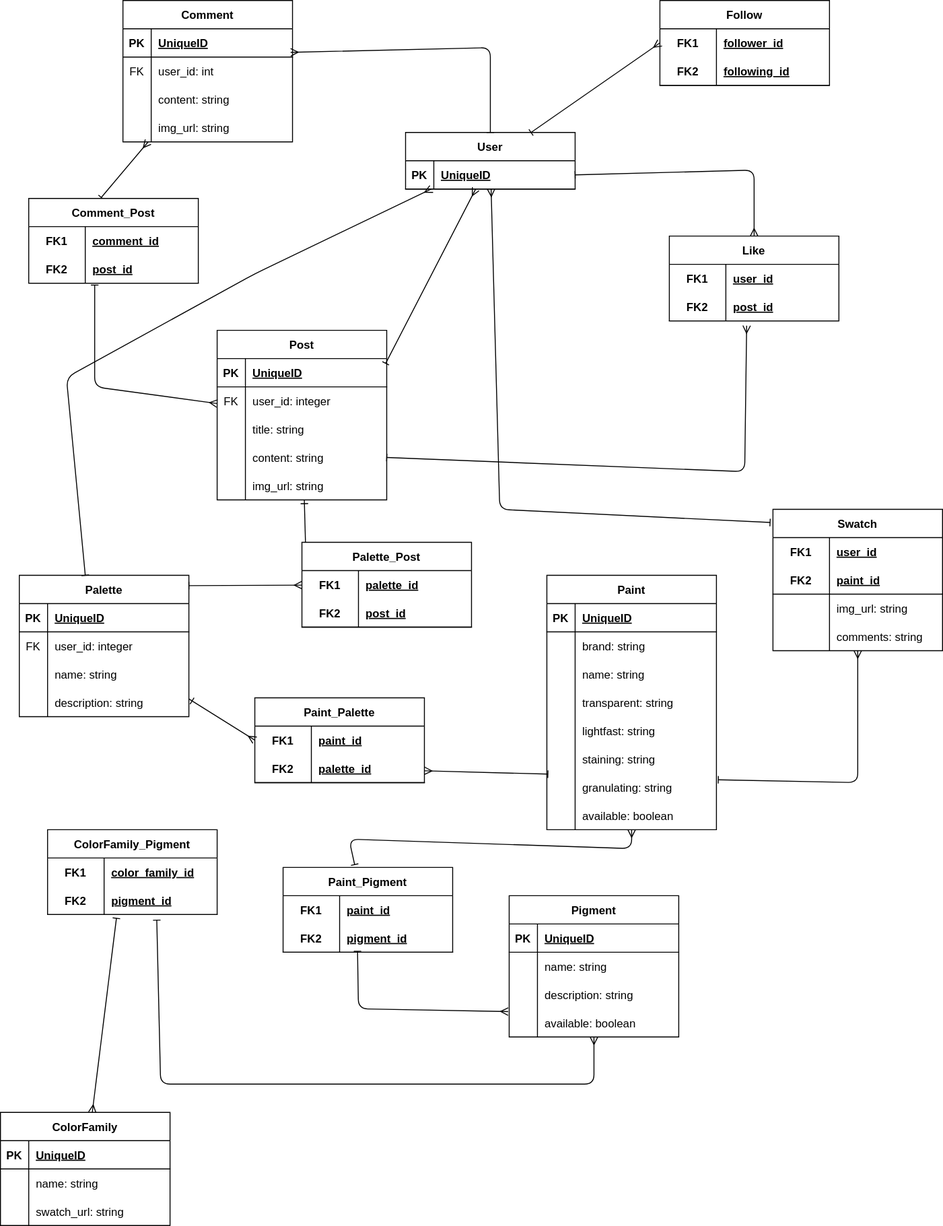
The draw.io diagram pigments.drawio.svg in LeelooMina/pigment-api, before a commit. Source tidied: cells renumbered, new cells last; positions are measured from the earlier drawing's top-left corner, leaving out a move shared by most shapes.
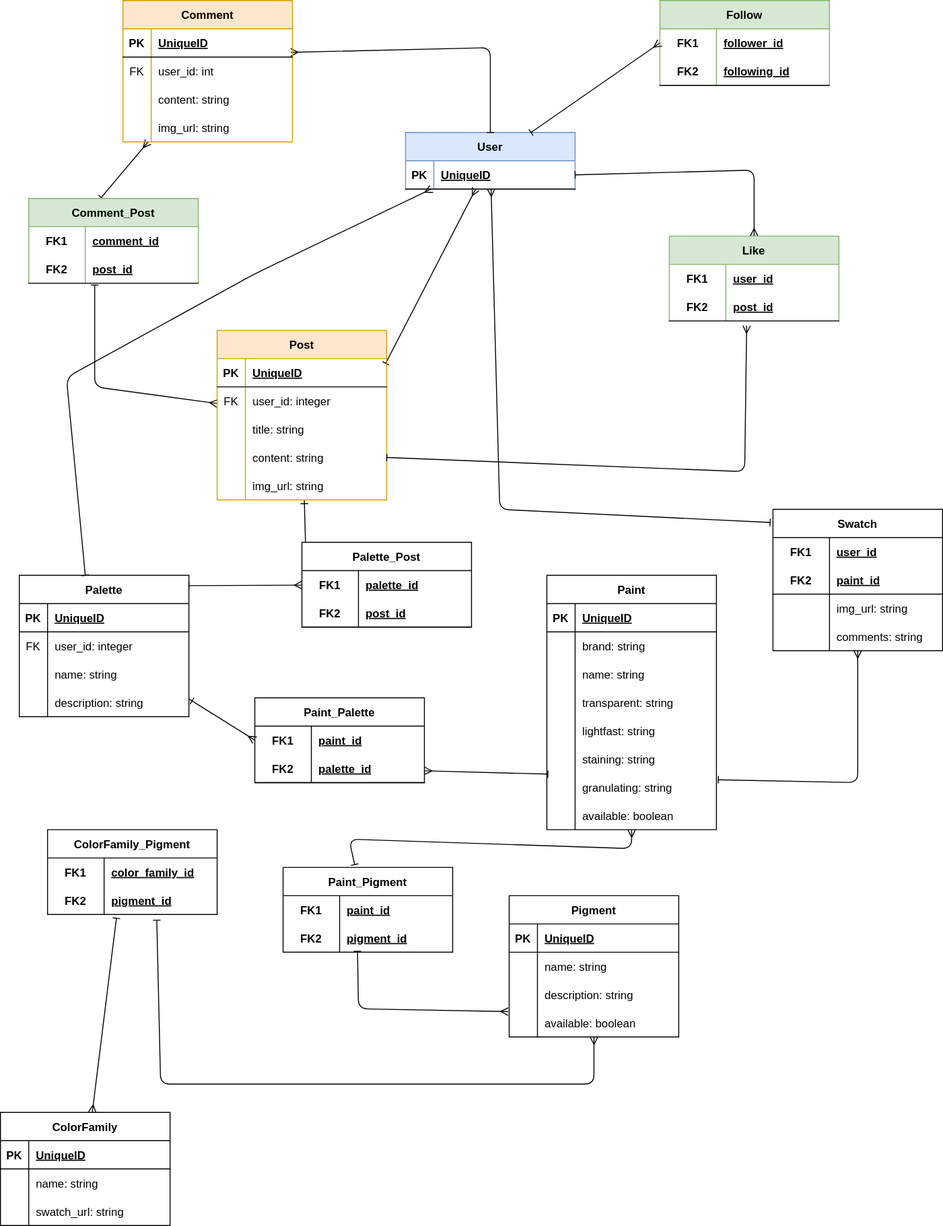
The same file after the commit.

Change to the diagram source:
```diff
@@ -341,7 +341,7 @@
         </Array>
       </mxGeometry>
     </mxCell>
-    <mxCell id="106" value="User" style="shape=table;startSize=30;rowLines=0;fontStyle=1;align=center;" parent="1" vertex="1">
+    <mxCell id="106" value="User" style="shape=table;startSize=30;rowLines=0;fontStyle=1;align=center;fillColor=#dae8fc;strokeColor=#6c8ebf;" parent="1" vertex="1">
       <mxGeometry x="430" y="140" width="180" height="60" as="geometry" />
     </mxCell>
     <mxCell id="107" style="shape=tableRow;horizontal=0;startSize=0;swimlaneHead=0;swimlaneBody=0;fillColor=none;points=[[0,0.5],[1,0.5]];portConstraint=eastwest;top=0;left=0;right=0;bottom=1;" parent="106" vertex="1">
@@ -363,7 +363,7 @@
     <mxCell id="111" style="edgeStyle=none;html=1;entryX=0.428;entryY=-0.011;entryDx=0;entryDy=0;entryPerimeter=0;startArrow=ERmany;startFill=0;endArrow=baseDash;endFill=0;" parent="1" edge="1" source="112" target="162">
       <mxGeometry relative="1" as="geometry" />
     </mxCell>
-    <mxCell id="112" value="Comment" style="shape=table;startSize=30;rowLines=0;fontStyle=1;align=center;" parent="1" vertex="1">
+    <mxCell id="112" value="Comment" style="shape=table;startSize=30;rowLines=0;fontStyle=1;align=center;fillColor=#ffe6cc;strokeColor=#d79b00;" parent="1" vertex="1">
       <mxGeometry x="130" width="180" height="150" as="geometry" />
     </mxCell>
     <mxCell id="113" style="shape=tableRow;horizontal=0;startSize=0;swimlaneHead=0;swimlaneBody=0;fillColor=none;points=[[0,0.5],[1,0.5]];portConstraint=eastwest;top=0;left=0;right=0;bottom=1;" parent="112" vertex="1">
@@ -409,7 +409,7 @@
         </Array>
       </mxGeometry>
     </mxCell>
-    <mxCell id="126" value="Like" style="shape=table;startSize=30;rowLines=0;fontStyle=1;align=center;" parent="1" vertex="1">
+    <mxCell id="126" value="Like" style="shape=table;startSize=30;rowLines=0;fontStyle=1;align=center;fillColor=#d5e8d4;strokeColor=#82b366;" parent="1" vertex="1">
       <mxGeometry x="710" y="250" width="180" height="90" as="geometry" />
     </mxCell>
     <mxCell id="127" style="shape=tableRow;horizontal=0;startSize=0;swimlaneHead=0;swimlaneBody=0;fillColor=none;top=0;left=0;right=0;bottom=0;" parent="126" vertex="1">
@@ -430,7 +430,7 @@
     <mxCell id="132" value="post_id" style="shape=partialRectangle;fillColor=none;top=0;left=0;bottom=0;right=0;align=left;spacingLeft=6;fontStyle=5;overflow=hidden;" parent="130" vertex="1">
       <mxGeometry x="60" width="120" height="30" as="geometry" />
     </mxCell>
-    <mxCell id="133" value="Follow" style="shape=table;startSize=30;rowLines=0;fontStyle=1;align=center;" parent="1" vertex="1">
+    <mxCell id="133" value="Follow" style="shape=table;startSize=30;rowLines=0;fontStyle=1;align=center;fillColor=#d5e8d4;strokeColor=#82b366;" parent="1" vertex="1">
       <mxGeometry x="700" width="180" height="90" as="geometry" />
     </mxCell>
     <mxCell id="134" style="shape=tableRow;horizontal=0;startSize=0;swimlaneHead=0;swimlaneBody=0;fillColor=none;points=[[0,0.5],[1,0.5]];portConstraint=eastwest;top=0;left=0;right=0;bottom=0;" parent="133" vertex="1">
@@ -464,7 +464,7 @@
     <mxCell id="142" style="edgeStyle=none;html=1;startArrow=ERone;startFill=0;endArrow=baseDash;endFill=0;entryX=0.022;entryY=0.078;entryDx=0;entryDy=0;entryPerimeter=0;" parent="1" edge="1" source="143" target="170">
       <mxGeometry relative="1" as="geometry" />
     </mxCell>
-    <mxCell id="143" value="Post" style="shape=table;startSize=30;rowLines=0;fontStyle=1;align=center;" parent="1" vertex="1">
+    <mxCell id="143" value="Post" style="shape=table;startSize=30;rowLines=0;fontStyle=1;align=center;fillColor=#ffe6cc;strokeColor=#d79b00;" parent="1" vertex="1">
       <mxGeometry x="230" y="350" width="180" height="180" as="geometry" />
     </mxCell>
     <mxCell id="144" style="shape=tableRow;horizontal=0;startSize=0;swimlaneHead=0;swimlaneBody=0;fillColor=none;points=[[0,0.5],[1,0.5]];portConstraint=eastwest;top=0;left=0;right=0;bottom=1;" parent="143" vertex="1">
@@ -525,7 +525,7 @@
     <mxCell id="161" style="edgeStyle=none;html=1;exitX=0;exitY=0.5;exitDx=0;exitDy=0;startArrow=ERmany;startFill=0;endArrow=baseDash;endFill=0;" parent="1" edge="1" source="134" target="106">
       <mxGeometry relative="1" as="geometry" />
     </mxCell>
-    <mxCell id="162" value="Comment_Post" style="shape=table;startSize=30;rowLines=0;fontStyle=1;align=center;" parent="1" vertex="1">
+    <mxCell id="162" value="Comment_Post" style="shape=table;startSize=30;rowLines=0;fontStyle=1;align=center;fillColor=#d5e8d4;strokeColor=#82b366;" parent="1" vertex="1">
       <mxGeometry x="30" y="210" width="180" height="90" as="geometry" />
     </mxCell>
     <mxCell id="163" style="shape=tableRow;horizontal=0;startSize=0;swimlaneHead=0;swimlaneBody=0;fillColor=none;top=0;left=0;right=0;bottom=0;" parent="162" vertex="1">
```
